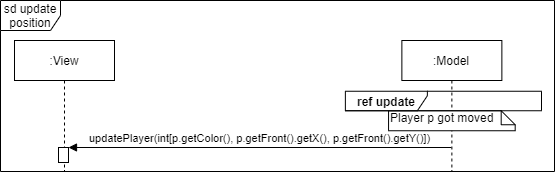
Before: Doku/images/SD_UC4aPositionUpdate.png, a diagram exported from draw.io (KjellooMelloo/gameoftrons). Source tidied: cells renumbered, new cells last; positions are measured from the earlier drawing's top-left corner, leaving out a move shared by most shapes.
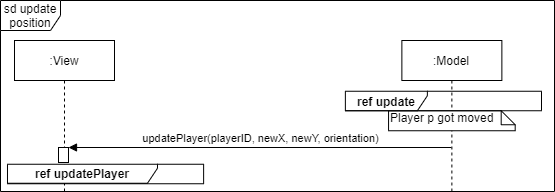
After the commit.

What changed in the source:
```diff
@@ -3,13 +3,13 @@
     <mxCell id="0" />
     <mxCell id="1" parent="0" />
     <mxCell id="2" value="sd update position" style="shape=umlFrame;whiteSpace=wrap;html=1;fillColor=#ffffff;" parent="1" vertex="1">
-      <mxGeometry width="554" height="171" as="geometry" />
+      <mxGeometry width="554" height="191" as="geometry" />
     </mxCell>
     <mxCell id="3" value=":Model" style="shape=umlLifeline;perimeter=lifelinePerimeter;whiteSpace=wrap;html=1;" parent="1" vertex="1">
-      <mxGeometry x="401.4" y="40" width="100" height="131" as="geometry" />
+      <mxGeometry x="401.4" y="40" width="100" height="151" as="geometry" />
     </mxCell>
     <mxCell id="4" value=":View" style="shape=umlLifeline;perimeter=lifelinePerimeter;whiteSpace=wrap;html=1;" parent="1" vertex="1">
-      <mxGeometry x="14" y="40" width="100" height="131" as="geometry" />
+      <mxGeometry x="14" y="40" width="100" height="151" as="geometry" />
     </mxCell>
     <mxCell id="5" style="html=1;points=[];perimeter=orthogonalPerimeter;" parent="4" vertex="1">
       <mxGeometry x="44" y="107" width="10" height="15" as="geometry" />
@@ -20,10 +20,13 @@
     <mxCell id="7" value="&lt;b&gt;ref update&lt;/b&gt;" style="shape=umlFrame;whiteSpace=wrap;html=1;fillColor=#ffffff;width=82;height=20;" parent="1" vertex="1">
       <mxGeometry x="344.9" y="90.8" width="196.1" height="19.5" as="geometry" />
     </mxCell>
-    <mxCell id="8" value="updatePlayer(int[p.getColor(), p.getFront().getX(), p.getFront().getY()])" style="html=1;verticalAlign=bottom;endArrow=block;entryX=1;entryY=0;" parent="1" edge="1" target="5">
+    <mxCell id="8" value="updatePlayer(playerID, newX, newY, orientation)" style="html=1;verticalAlign=bottom;endArrow=block;entryX=1;entryY=0;" parent="1" edge="1" target="5">
       <mxGeometry relative="1" as="geometry">
         <mxPoint x="450.9" y="147" as="sourcePoint" />
       </mxGeometry>
     </mxCell>
+    <mxCell id="9" value="&lt;b&gt;ref updatePlayer&lt;/b&gt;" style="shape=umlFrame;whiteSpace=wrap;html=1;fillColor=#ffffff;width=150;height=19;" parent="1" vertex="1">
+      <mxGeometry x="7" y="163.8" width="196.1" height="19.5" as="geometry" />
+    </mxCell>
   </root>
 </mxGraphModel>
```
